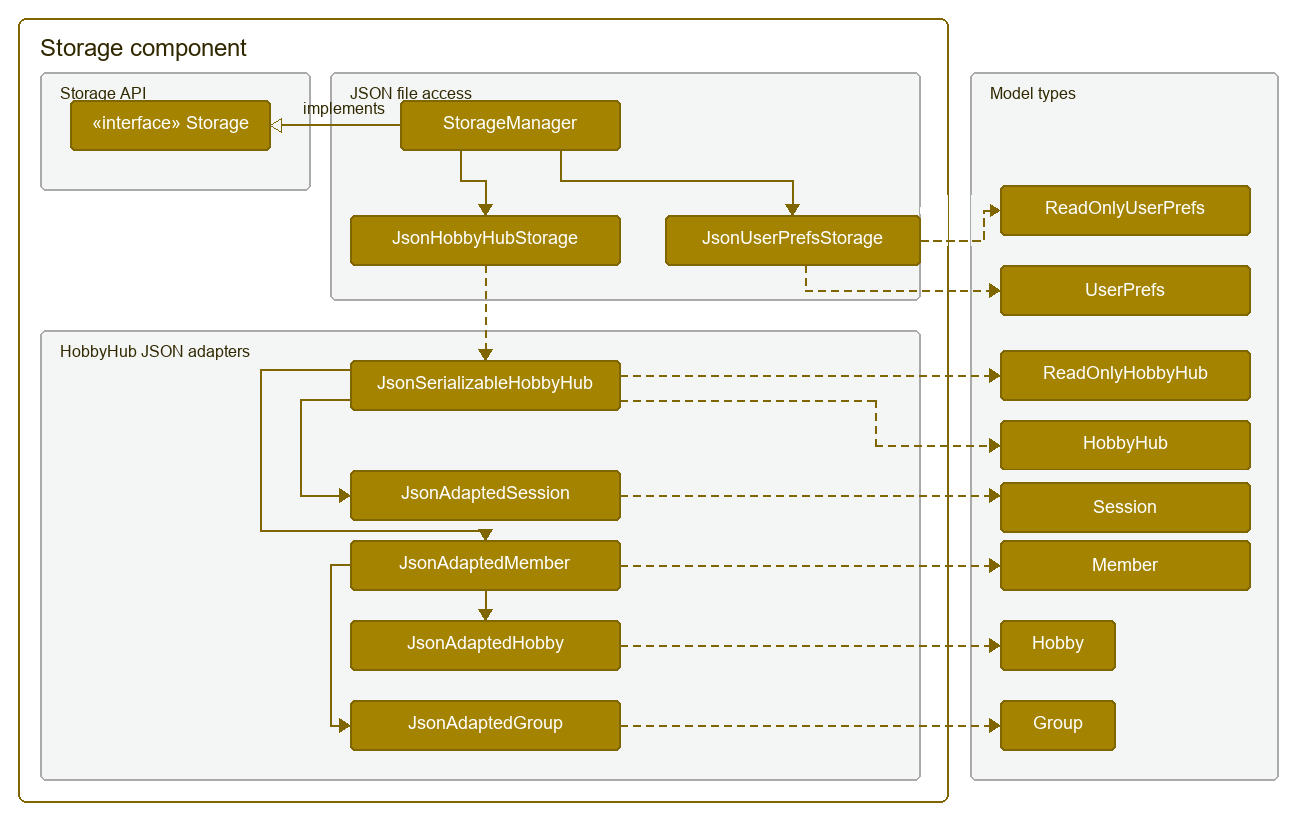
Before: docs/images/StorageClassDiagram.png, a diagram exported from PlantUML (AY2627S1-CS2103T-T17-4/tp). Its source is kept beside it as docs/diagrams/StorageClassDiagram.puml. The source it was exported from:
```plantuml
@startuml
!include style.puml
left to right direction
skinparam linetype ortho
skinparam nodesep 45
skinparam ranksep 60
skinparam arrowThickness 1.1
skinparam arrowColor STORAGE_COLOR
skinparam classBackgroundColor STORAGE_COLOR

package Storage as StoragePackage {
    interface Storage
    class StorageManager

    package "JSON file access" #F4F6F6 {
        class JsonHobbyHubStorage
        class JsonUserPrefsStorage
    }

    package "Single-instance guard" #F4F6F6 {
        class InstanceLock
    }

    package "HobbyHub JSON adapters" #F4F6F6 {
        class JsonSerializableHobbyHub
        class JsonAdaptedMember
        class JsonAdaptedSession
        class JsonAdaptedHobby
        class JsonAdaptedGroup
    }
}

package Model {
    interface ReadOnlyHobbyHub
    interface ReadOnlyUserPrefs
    class HobbyHub
    class UserPrefs
    class Member
    class Session
    class Hobby
    class Group
}

StorageManager .up.|> Storage
StorageManager -[down]-> "1" JsonHobbyHubStorage
StorageManager -[down]-> "1" JsonUserPrefsStorage

JsonHobbyHubStorage -[dashed,down]-> JsonSerializableHobbyHub : reads / writes
JsonSerializableHobbyHub -[down]-> "*" JsonAdaptedMember
JsonSerializableHobbyHub -[down]-> "*" JsonAdaptedSession
JsonAdaptedMember -[down]-> "*" JsonAdaptedHobby
JsonAdaptedMember -[down]-> "*" JsonAdaptedGroup

InstanceLock -[dashed,up]-> JsonHobbyHubStorage : guards data file of

note bottom of InstanceLock
    Holds an exclusive lock on
    data/addressbook.json.lock.
    Acquired by MainApp on start-up
    and released on exit.
end note

JsonSerializableHobbyHub -[dashed,right]-> ReadOnlyHobbyHub
JsonSerializableHobbyHub -[dashed,right]-> HobbyHub
JsonAdaptedMember -[dashed,right]-> Member
JsonAdaptedSession -[dashed,right]-> Session
JsonAdaptedHobby -[dashed,right]-> Hobby
JsonAdaptedGroup -[dashed,right]-> Group
JsonUserPrefsStorage -[dashed,right]-> ReadOnlyUserPrefs
JsonUserPrefsStorage -[dashed,right]-> UserPrefs

HobbyHub -[hidden]down- Session

@enduml
```
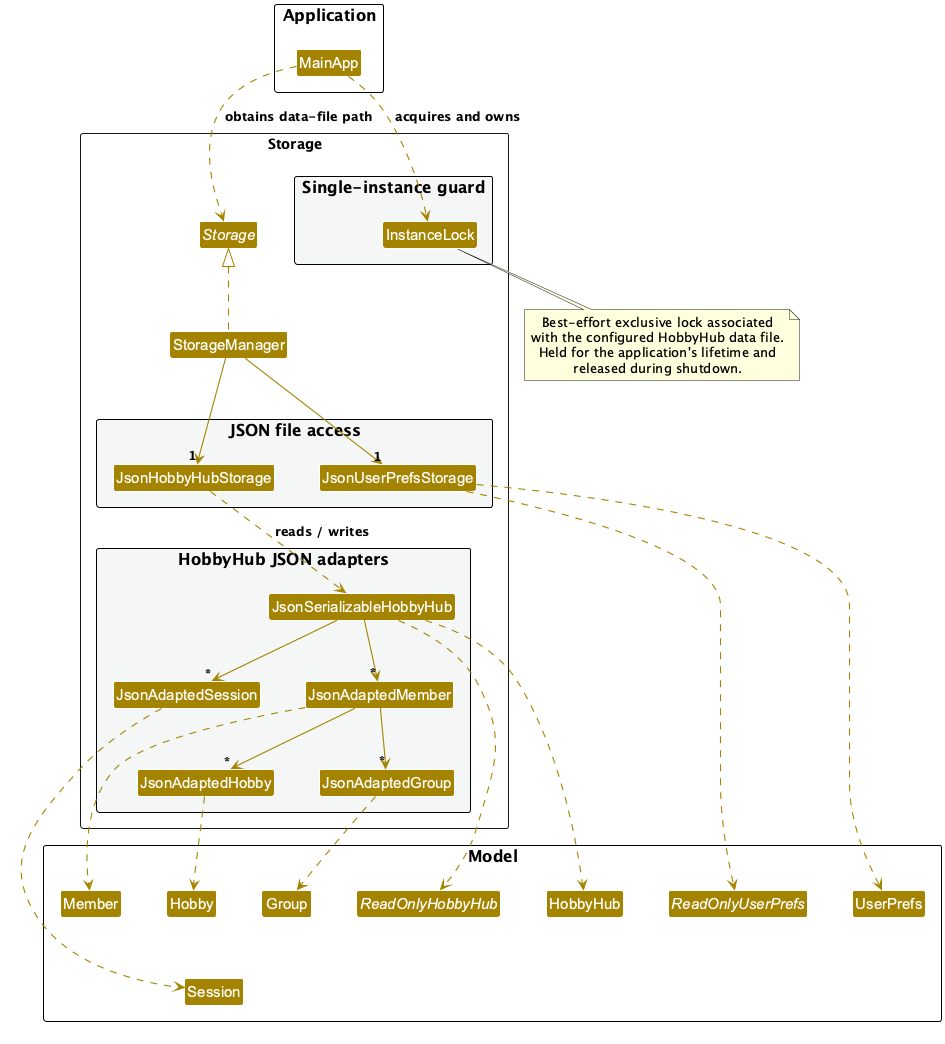
After the change.

Change to the diagram source:
```diff
@@ -1,6 +1,5 @@
 @startuml
 !include style.puml
-left to right direction
 skinparam linetype ortho
 skinparam nodesep 45
 skinparam ranksep 60
@@ -30,6 +29,10 @@
     }
 }
 
+package Application {
+    class MainApp
+}
+
 package Model {
     interface ReadOnlyHobbyHub
     interface ReadOnlyUserPrefs
@@ -42,32 +45,33 @@
 }
 
 StorageManager .up.|> Storage
-StorageManager -[down]-> "1" JsonHobbyHubStorage
-StorageManager -[down]-> "1" JsonUserPrefsStorage
+StorageManager -down-> "1" JsonHobbyHubStorage
+StorageManager -down-> "1" JsonUserPrefsStorage
 
-JsonHobbyHubStorage -[dashed,down]-> JsonSerializableHobbyHub : reads / writes
-JsonSerializableHobbyHub -[down]-> "*" JsonAdaptedMember
-JsonSerializableHobbyHub -[down]-> "*" JsonAdaptedSession
-JsonAdaptedMember -[down]-> "*" JsonAdaptedHobby
-JsonAdaptedMember -[down]-> "*" JsonAdaptedGroup
+JsonHobbyHubStorage ..> JsonSerializableHobbyHub : reads / writes
+JsonSerializableHobbyHub -down-> "*" JsonAdaptedMember
+JsonSerializableHobbyHub -down-> "*" JsonAdaptedSession
+JsonAdaptedMember -down-> "*" JsonAdaptedHobby
+JsonAdaptedMember -down-> "*" JsonAdaptedGroup
 
-InstanceLock -[dashed,up]-> JsonHobbyHubStorage : guards data file of
+MainApp ..> Storage : obtains data-file path
+MainApp ..> InstanceLock : acquires and owns
 
 note bottom of InstanceLock
-    Holds an exclusive lock on
-    data/addressbook.json.lock.
-    Acquired by MainApp on start-up
-    and released on exit.
+    Best-effort exclusive lock associated
+    with the configured HobbyHub data file.
+    Held for the application's lifetime and
+    released during shutdown.
 end note
 
-JsonSerializableHobbyHub -[dashed,right]-> ReadOnlyHobbyHub
-JsonSerializableHobbyHub -[dashed,right]-> HobbyHub
-JsonAdaptedMember -[dashed,right]-> Member
-JsonAdaptedSession -[dashed,right]-> Session
-JsonAdaptedHobby -[dashed,right]-> Hobby
-JsonAdaptedGroup -[dashed,right]-> Group
-JsonUserPrefsStorage -[dashed,right]-> ReadOnlyUserPrefs
-JsonUserPrefsStorage -[dashed,right]-> UserPrefs
+JsonSerializableHobbyHub ..> ReadOnlyHobbyHub
+JsonSerializableHobbyHub ..> HobbyHub
+JsonAdaptedMember ..> Member
+JsonAdaptedSession ..> Session
+JsonAdaptedHobby ..> Hobby
+JsonAdaptedGroup ..> Group
+JsonUserPrefsStorage ..> ReadOnlyUserPrefs
+JsonUserPrefsStorage ..> UserPrefs
 
 HobbyHub -[hidden]down- Session
 
```
